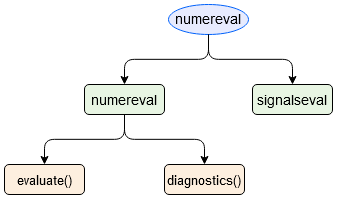
councilofelders/numereval keeps this draw.io diagram as images/numereval_structure.png. Above is the earlier version. Source tidied: cells renumbered, new cells last; positions are measured from the earlier drawing's top-left corner, leaving out a move shared by most shapes. The source it was exported from:
```xml
<mxGraphModel>
  <root>
    <mxCell id="0" />
    <mxCell id="1" parent="0" />
    <mxCell id="2" value="numereval" style="ellipse;snapToPoint=0;comic=0;shadow=0;sketch=0;fillColor=#e7ebfe;strokeColor=#0061fa;fontSize=14;horizontal=1;verticalAlign=top;" parent="1" vertex="1">
      <mxGeometry x="164" width="80" height="30" as="geometry" />
    </mxCell>
    <mxCell id="3" value="numereval" style="rounded=1;snapToPoint=0;comic=0;fillColor=#e8f5e3;fontSize=14;" parent="1" vertex="1">
      <mxGeometry x="80" y="80" width="80" height="30" as="geometry" />
    </mxCell>
    <mxCell id="4" style="edgeStyle=elbowEdgeStyle;elbow=vertical;snapToPoint=0;comic=0;" parent="1" edge="1" source="2" target="3">
      <mxGeometry relative="1" as="geometry" />
    </mxCell>
    <mxCell id="5" value="signalseval" style="rounded=1;snapToPoint=0;comic=0;fillColor=#E8F5E3;fontSize=14;" parent="1" vertex="1">
      <mxGeometry x="248" y="80" width="80" height="30" as="geometry" />
    </mxCell>
    <mxCell id="6" style="edgeStyle=elbowEdgeStyle;elbow=vertical;snapToPoint=0;comic=0;" parent="1" edge="1" source="2" target="5">
      <mxGeometry relative="1" as="geometry" />
    </mxCell>
    <mxCell id="7" value="evaluate()" style="rounded=1;snapToPoint=0;comic=0;fillColor=#FDEFDF;fontSize=13;" parent="1" vertex="1">
      <mxGeometry y="160" width="80" height="30" as="geometry" />
    </mxCell>
    <mxCell id="8" style="edgeStyle=elbowEdgeStyle;elbow=vertical;snapToPoint=0;comic=0;" parent="1" edge="1" source="3" target="7">
      <mxGeometry relative="1" as="geometry" />
    </mxCell>
    <mxCell id="9" value="diagnostics()" style="rounded=1;snapToPoint=0;comic=0;fillColor=#fdefdf;fontSize=13;" parent="1" vertex="1">
      <mxGeometry x="160" y="160" width="80" height="30" as="geometry" />
    </mxCell>
    <mxCell id="10" style="edgeStyle=elbowEdgeStyle;elbow=vertical;snapToPoint=0;comic=0;" parent="1" edge="1" source="3" target="9">
      <mxGeometry relative="1" as="geometry" />
    </mxCell>
  </root>
</mxGraphModel>
```
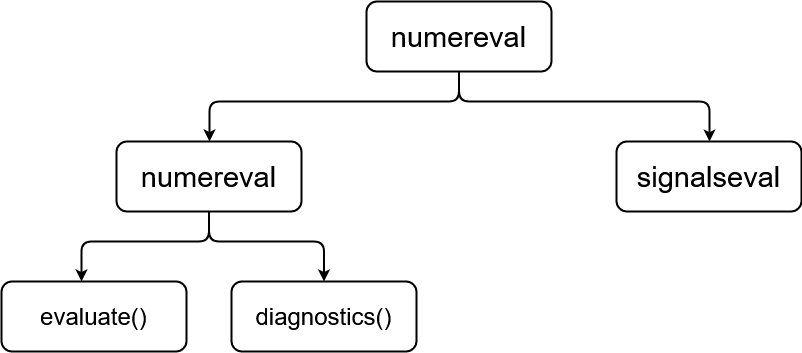
After the commit.

Diff of the diagram source:
```diff
@@ -2,32 +2,55 @@
   <root>
     <mxCell id="0" />
     <mxCell id="1" parent="0" />
-    <mxCell id="2" value="numereval" style="ellipse;snapToPoint=0;comic=0;shadow=0;sketch=0;fillColor=#e7ebfe;strokeColor=#0061fa;fontSize=14;horizontal=1;verticalAlign=top;" parent="1" vertex="1">
-      <mxGeometry x="164" width="80" height="30" as="geometry" />
-    </mxCell>
-    <mxCell id="3" value="numereval" style="rounded=1;snapToPoint=0;comic=0;fillColor=#e8f5e3;fontSize=14;" parent="1" vertex="1">
-      <mxGeometry x="80" y="80" width="80" height="30" as="geometry" />
-    </mxCell>
-    <mxCell id="4" style="edgeStyle=elbowEdgeStyle;elbow=vertical;snapToPoint=0;comic=0;" parent="1" edge="1" source="2" target="3">
-      <mxGeometry relative="1" as="geometry" />
-    </mxCell>
+    <mxCell id="11" value="&lt;font style=&quot;font-size: 29px&quot;&gt;numereval&lt;/font&gt;" style="rounded=1;whiteSpace=wrap;html=1;strokeWidth=2;" parent="1" vertex="1">
+      <mxGeometry x="1280" y="100" width="185" height="70" as="geometry" />
+    </mxCell>
+    <mxCell id="12" value="&lt;font style=&quot;font-size: 29px&quot;&gt;numereval&lt;/font&gt;" style="rounded=1;whiteSpace=wrap;html=1;strokeWidth=2;" parent="1" vertex="1">
+      <mxGeometry x="1030" y="240" width="185" height="70" as="geometry" />
+    </mxCell>
-    <mxCell id="5" value="signalseval" style="rounded=1;snapToPoint=0;comic=0;fillColor=#E8F5E3;fontSize=14;" parent="1" vertex="1">
-      <mxGeometry x="248" y="80" width="80" height="30" as="geometry" />
+    <mxCell id="5" value="&lt;font style=&quot;font-size: 29px&quot;&gt;signalseval&lt;/font&gt;" style="rounded=1;whiteSpace=wrap;html=1;strokeWidth=2;" parent="1" vertex="1">
+      <mxGeometry x="1530" y="240" width="185" height="70" as="geometry" />
     </mxCell>
-    <mxCell id="6" style="edgeStyle=elbowEdgeStyle;elbow=vertical;snapToPoint=0;comic=0;" parent="1" edge="1" source="2" target="5">
-      <mxGeometry relative="1" as="geometry" />
-    </mxCell>
+    <mxCell id="13" style="edgeStyle=segmentEdgeStyle;endArrow=classic;html=1;exitX=0.5;exitY=1;exitDx=0;exitDy=0;strokeWidth=2;" parent="1" edge="1" source="11" target="12">
+      <mxGeometry relative="1" as="geometry">
+        <Array as="points">
+          <mxPoint x="1373" y="200" />
+          <mxPoint x="1123" y="200" />
+        </Array>
+      </mxGeometry>
+    </mxCell>
+    <mxCell id="14" style="edgeStyle=segmentEdgeStyle;endArrow=classic;html=1;entryX=0.5;entryY=0;entryDx=0;entryDy=0;exitX=0.5;exitY=1;exitDx=0;exitDy=0;strokeWidth=2;" parent="1" edge="1" source="11" target="5">
+      <mxGeometry relative="1" as="geometry">
+        <Array as="points">
+          <mxPoint x="1373" y="200" />
+          <mxPoint x="1623" y="200" />
+          <mxPoint x="1623" y="240" />
+        </Array>
+      </mxGeometry>
+    </mxCell>
-    <mxCell id="7" value="evaluate()" style="rounded=1;snapToPoint=0;comic=0;fillColor=#FDEFDF;fontSize=13;" parent="1" vertex="1">
-      <mxGeometry y="160" width="80" height="30" as="geometry" />
+    <mxCell id="7" value="&lt;font style=&quot;font-size: 24px&quot;&gt;evaluate()&lt;/font&gt;" style="rounded=1;whiteSpace=wrap;html=1;strokeWidth=2;" parent="1" vertex="1">
+      <mxGeometry x="915" y="380" width="185" height="70" as="geometry" />
     </mxCell>
-    <mxCell id="8" style="edgeStyle=elbowEdgeStyle;elbow=vertical;snapToPoint=0;comic=0;" parent="1" edge="1" source="3" target="7">
-      <mxGeometry relative="1" as="geometry" />
-    </mxCell>
-    <mxCell id="9" value="diagnostics()" style="rounded=1;snapToPoint=0;comic=0;fillColor=#fdefdf;fontSize=13;" parent="1" vertex="1">
-      <mxGeometry x="160" y="160" width="80" height="30" as="geometry" />
+    <mxCell id="9" value="&lt;font style=&quot;font-size: 24px&quot;&gt;diagnostics()&lt;/font&gt;" style="rounded=1;whiteSpace=wrap;html=1;strokeWidth=2;" parent="1" vertex="1">
+      <mxGeometry x="1145" y="380" width="185" height="70" as="geometry" />
     </mxCell>
-    <mxCell id="10" style="edgeStyle=elbowEdgeStyle;elbow=vertical;snapToPoint=0;comic=0;" parent="1" edge="1" source="3" target="9">
-      <mxGeometry relative="1" as="geometry" />
-    </mxCell>
+    <mxCell id="15" style="edgeStyle=segmentEdgeStyle;endArrow=classic;html=1;exitX=0.5;exitY=1;exitDx=0;exitDy=0;strokeWidth=2;" parent="1" edge="1" target="7">
+      <mxGeometry relative="1" as="geometry">
+        <mxPoint x="1122.5" y="310" as="sourcePoint" />
+        <Array as="points">
+          <mxPoint x="1122" y="340" />
+          <mxPoint x="995" y="340" />
+        </Array>
+      </mxGeometry>
+    </mxCell>
+    <mxCell id="16" style="edgeStyle=segmentEdgeStyle;endArrow=classic;html=1;entryX=0.5;entryY=0;entryDx=0;entryDy=0;exitX=0.5;exitY=1;exitDx=0;exitDy=0;strokeWidth=2;" parent="1" edge="1" target="9">
+      <mxGeometry relative="1" as="geometry">
+        <mxPoint x="1122.5" y="310" as="sourcePoint" />
+        <Array as="points">
+          <mxPoint x="1122" y="340" />
+          <mxPoint x="1238" y="340" />
+        </Array>
+      </mxGeometry>
+    </mxCell>
   </root>
 </mxGraphModel>
```
